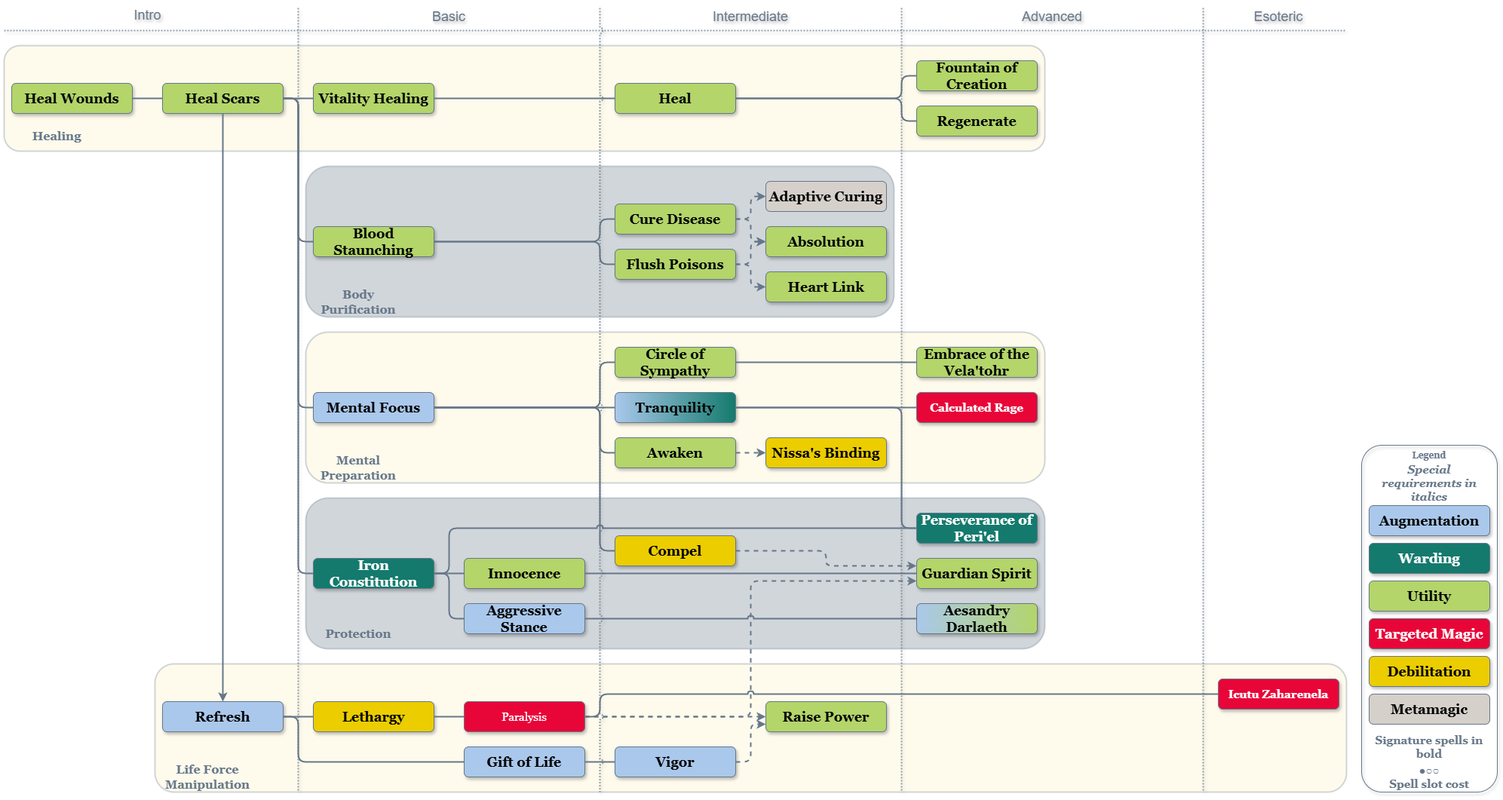
Earlier version of the draw.io export Empath/Empath.png (MahtraDR/dr-spell-trees). Source tidied: cells renumbered, new cells last; positions are measured from the earlier drawing's top-left corner, leaving out a move shared by most shapes.
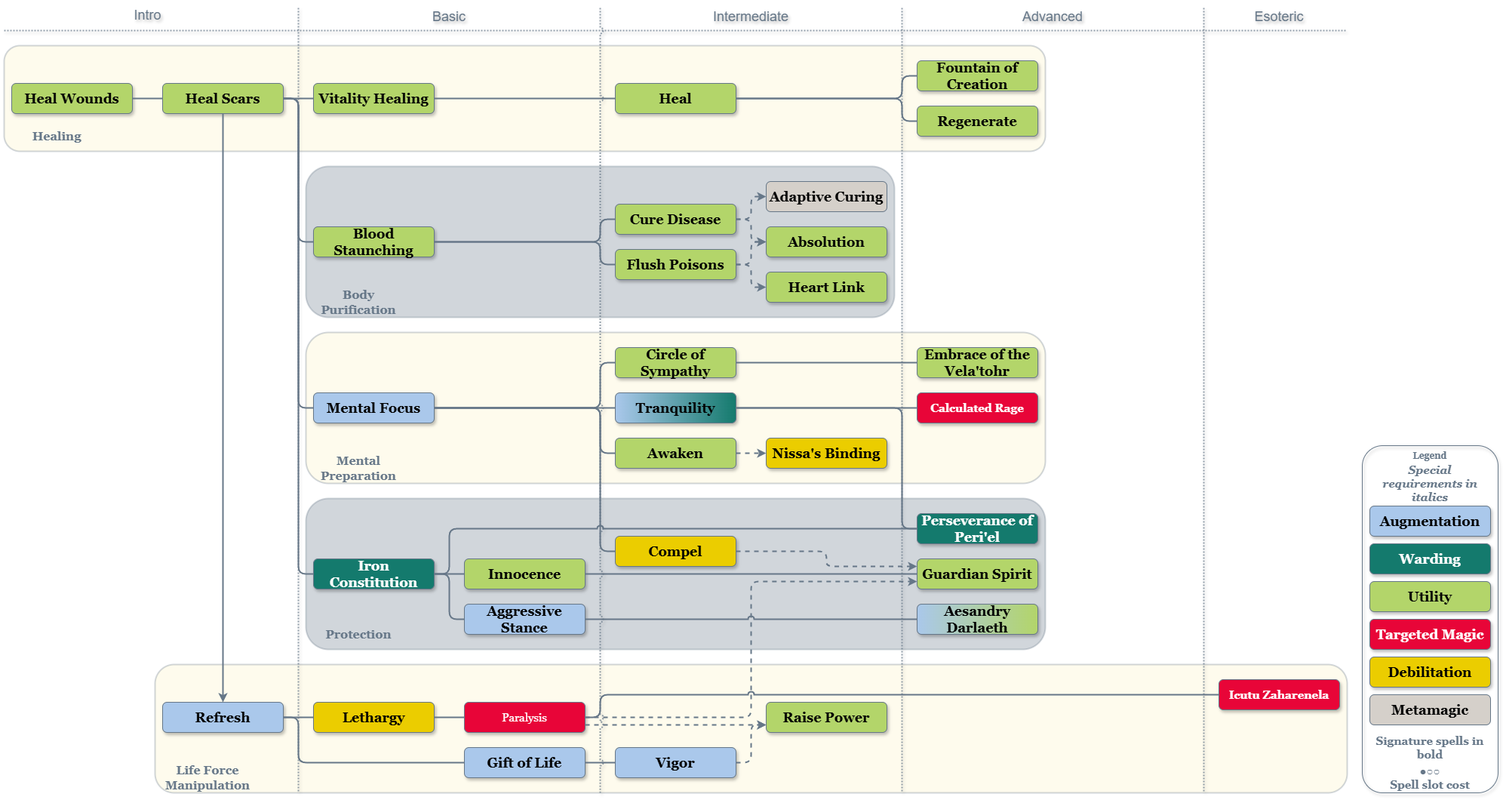
The same file after the commit.

What changed in the source:
```diff
@@ -252,7 +252,7 @@
     <mxCell id="70" style="edgeStyle=orthogonalEdgeStyle;shape=connector;curved=0;rounded=1;jettySize=auto;html=1;exitX=1;exitY=0.5;exitDx=0;exitDy=0;entryX=0;entryY=0.5;entryDx=0;entryDy=0;strokeColor=#667788;strokeWidth=2;align=center;verticalAlign=middle;fontFamily=Helvetica;fontSize=11;fontColor=default;labelBackgroundColor=default;endArrow=none;endFill=0;" parent="12" edge="1" source="36" target="38">
       <mxGeometry relative="1" as="geometry" />
     </mxCell>
-    <mxCell id="71" style="edgeStyle=orthogonalEdgeStyle;shape=connector;curved=0;rounded=1;jettySize=auto;html=1;exitX=1;exitY=0.5;exitDx=0;exitDy=0;entryX=0;entryY=0.5;entryDx=0;entryDy=0;strokeColor=#667788;strokeWidth=2;align=center;verticalAlign=middle;fontFamily=Helvetica;fontSize=11;fontColor=default;labelBackgroundColor=default;endArrow=classic;endFill=1;dashed=1;" parent="12" edge="1" source="37" target="41">
+    <mxCell id="71" style="edgeStyle=orthogonalEdgeStyle;shape=connector;curved=0;rounded=1;jettySize=auto;html=1;exitX=1;exitY=0.75;exitDx=0;exitDy=0;entryX=0;entryY=0.75;entryDx=0;entryDy=0;strokeColor=#667788;strokeWidth=2;align=center;verticalAlign=middle;fontFamily=Helvetica;fontSize=11;fontColor=default;labelBackgroundColor=default;endArrow=classic;endFill=1;dashed=1;" parent="12" edge="1" source="37" target="41">
       <mxGeometry relative="1" as="geometry" />
     </mxCell>
     <mxCell id="72" style="edgeStyle=orthogonalEdgeStyle;shape=connector;curved=0;rounded=1;jettySize=auto;html=1;exitX=1;exitY=0.5;exitDx=0;exitDy=0;entryX=0;entryY=0.75;entryDx=0;entryDy=0;strokeColor=#667788;strokeWidth=2;align=center;verticalAlign=middle;fontFamily=Helvetica;fontSize=11;fontColor=default;labelBackgroundColor=default;endArrow=classic;endFill=1;dashed=1;" parent="12" edge="1" source="37" target="34">
```
